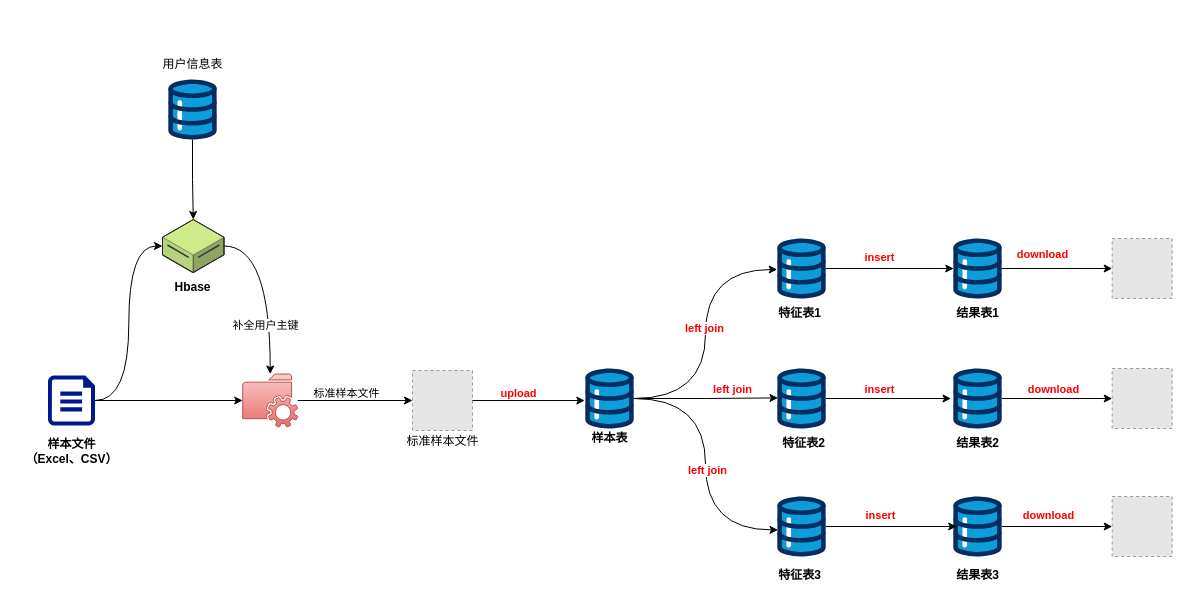
Earlier version of the draw.io diagram 离线特征回溯流程.drawio (999V/draw). Source tidied: cells renumbered, new cells numbered last; positions are measured from the earlier drawing's top-left corner, leaving out a move shared by most shapes. Both pictures are drawn from the tidied source at 100%, with x=0, y=0 at pixel (17, 17). Pictures stored in the file or linked from it are replaced by grey dashed boxes.
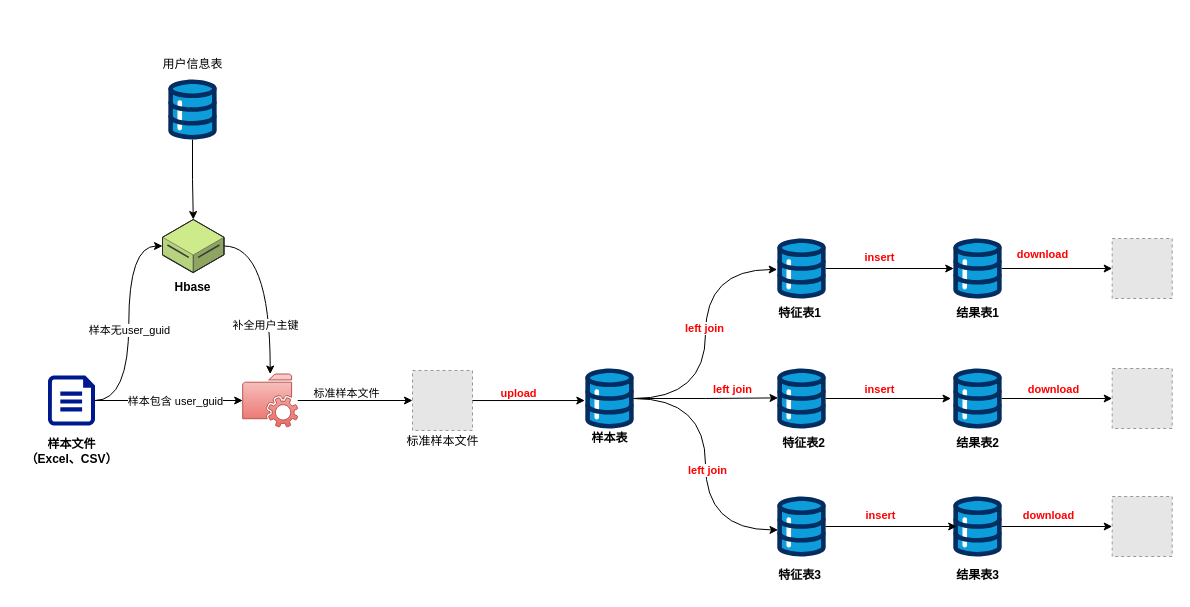
The same diagram, later.

Commit message:
更新离线特征回溯流程.drawio

The change refers to these unchanged cells:
```xml
<mxCell id="2" style="edgeStyle=orthogonalEdgeStyle;rounded=0;jettySize=auto;html=1;exitX=1;exitY=0.5;exitDx=0;exitDy=0;exitPerimeter=0;" parent="1" edge="1" source="3" target="51">
  <mxGeometry relative="1" as="geometry" />
</mxCell>
<mxCell id="52" style="edgeStyle=orthogonalEdgeStyle;rounded=0;jettySize=auto;html=1;entryX=1;entryY=0.5;entryDx=0;entryDy=0;entryPerimeter=0;endArrow=none;endFill=0;curved=1;startArrow=classic;startFill=1;" parent="1" edge="1" source="44" target="3">
  <mxGeometry relative="1" as="geometry" />
</mxCell>
```

What changed in the source:
```diff
@@
+    <mxCell id="56" value="样本包含 user_guid" style="edgeLabel;html=1;align=center;verticalAlign=middle;" parent="2" vertex="1">
+      <mxGeometry x="-0.09" y="2" relative="1" as="geometry">
+        <mxPoint x="13" y="2" as="offset" />
+      </mxGeometry>
+    </mxCell>
@@
+    <mxCell id="57" value="样本无user_guid" style="edgeLabel;html=1;align=center;verticalAlign=middle;" parent="52" vertex="1">
+      <mxGeometry x="0.06" relative="1" as="geometry" />
+    </mxCell>
```
